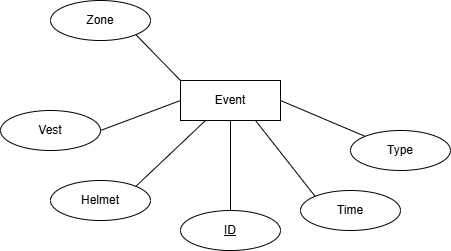
SIMS-SSG-2025/SIMS keeps this draw.io diagram as backend/db/ER.png. Above is the earlier version. Source tidied: cells renumbered, new cells last; positions are measured from the earlier drawing's top-left corner, leaving out a move shared by most shapes.
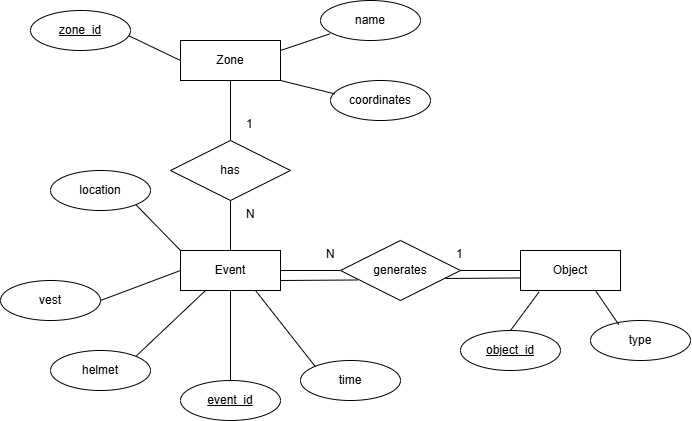
After the commit.

Commit message:
fixed er diagram and created inital event logic

Change to the diagram source:
```diff
@@ -8,38 +8,106 @@
     <mxCell id="3" style="endArrow=none;html=1;rounded=0;entryX=0.5;entryY=0;entryDx=0;entryDy=0;exitX=0.5;exitY=1;exitDx=0;exitDy=0;" parent="1" edge="1" source="2" target="8">
       <mxGeometry relative="1" as="geometry" />
     </mxCell>
-    <mxCell id="4" value="Time" style="ellipse;whiteSpace=wrap;html=1;align=center;" parent="1" vertex="1">
+    <mxCell id="4" value="time" style="ellipse;whiteSpace=wrap;html=1;align=center;" parent="1" vertex="1">
       <mxGeometry x="300" y="190" width="100" height="40" as="geometry" />
     </mxCell>
     <mxCell id="5" style="endArrow=none;html=1;rounded=0;exitX=0.75;exitY=1;exitDx=0;exitDy=0;entryX=0;entryY=0;entryDx=0;entryDy=0;" parent="1" edge="1" source="2" target="4">
       <mxGeometry relative="1" as="geometry" />
     </mxCell>
-    <mxCell id="6" value="Type" style="ellipse;whiteSpace=wrap;html=1;align=center;" parent="1" vertex="1">
-      <mxGeometry x="350" y="130" width="100" height="40" as="geometry" />
-    </mxCell>
-    <mxCell id="7" style="endArrow=none;html=1;rounded=0;exitX=1;exitY=0.5;exitDx=0;exitDy=0;entryX=0;entryY=0;entryDx=0;entryDy=0;" parent="1" edge="1" source="2" target="6">
+    <mxCell id="7" style="endArrow=none;html=1;rounded=0;exitX=1;exitY=0.5;exitDx=0;exitDy=0;entryX=0;entryY=0.5;entryDx=0;entryDy=0;" parent="1" edge="1" source="2" target="16">
       <mxGeometry relative="1" as="geometry" />
     </mxCell>
-    <mxCell id="8" value="ID" style="ellipse;whiteSpace=wrap;html=1;align=center;fontStyle=4;" parent="1" vertex="1">
+    <mxCell id="8" value="event_id" style="ellipse;whiteSpace=wrap;html=1;align=center;fontStyle=4;" parent="1" vertex="1">
       <mxGeometry x="180" y="210" width="100" height="40" as="geometry" />
     </mxCell>
-    <mxCell id="9" value="Helmet" style="ellipse;whiteSpace=wrap;html=1;align=center;" parent="1" vertex="1">
+    <mxCell id="9" value="helmet" style="ellipse;whiteSpace=wrap;html=1;align=center;" parent="1" vertex="1">
       <mxGeometry x="50" y="180" width="100" height="40" as="geometry" />
     </mxCell>
     <mxCell id="10" style="endArrow=none;html=1;rounded=0;exitX=1;exitY=0;exitDx=0;exitDy=0;entryX=0.25;entryY=1;entryDx=0;entryDy=0;" parent="1" edge="1" source="9" target="2">
       <mxGeometry relative="1" as="geometry" />
     </mxCell>
-    <mxCell id="11" value="Vest" style="ellipse;whiteSpace=wrap;html=1;align=center;" parent="1" vertex="1">
+    <mxCell id="11" value="vest" style="ellipse;whiteSpace=wrap;html=1;align=center;" parent="1" vertex="1">
       <mxGeometry y="110" width="100" height="40" as="geometry" />
     </mxCell>
     <mxCell id="12" style="endArrow=none;html=1;rounded=0;exitX=1;exitY=0.5;exitDx=0;exitDy=0;entryX=0;entryY=0.5;entryDx=0;entryDy=0;" parent="1" edge="1" source="11" target="2">
       <mxGeometry relative="1" as="geometry" />
     </mxCell>
-    <mxCell id="13" value="Zone" style="ellipse;whiteSpace=wrap;html=1;align=center;" parent="1" vertex="1">
+    <mxCell id="13" value="location" style="ellipse;whiteSpace=wrap;html=1;align=center;" parent="1" vertex="1">
       <mxGeometry x="50" width="100" height="40" as="geometry" />
     </mxCell>
     <mxCell id="14" style="endArrow=none;html=1;rounded=0;exitX=1;exitY=1;exitDx=0;exitDy=0;entryX=0;entryY=0;entryDx=0;entryDy=0;" parent="1" edge="1" source="13" target="2">
       <mxGeometry relative="1" as="geometry" />
     </mxCell>
+    <mxCell id="15" value="Object" style="whiteSpace=wrap;html=1;align=center;" parent="1" vertex="1">
+      <mxGeometry x="520" y="80" width="100" height="40" as="geometry" />
+    </mxCell>
+    <mxCell id="16" value="generates" style="shape=rhombus;perimeter=rhombusPerimeter;whiteSpace=wrap;html=1;align=center;" parent="1" vertex="1">
+      <mxGeometry x="340" y="70" width="120" height="60" as="geometry" />
+    </mxCell>
+    <mxCell id="17" value="type" style="ellipse;whiteSpace=wrap;html=1;align=center;" parent="1" vertex="1">
+      <mxGeometry x="590" y="150" width="100" height="40" as="geometry" />
+    </mxCell>
+    <mxCell id="18" value="&lt;u&gt;object_id&lt;/u&gt;" style="ellipse;whiteSpace=wrap;html=1;align=center;" parent="1" vertex="1">
+      <mxGeometry x="460" y="160" width="100" height="40" as="geometry" />
+    </mxCell>
+    <mxCell id="19" style="endArrow=none;html=1;rounded=0;exitX=1;exitY=0.5;exitDx=0;exitDy=0;entryX=0;entryY=0.5;entryDx=0;entryDy=0;" parent="1" edge="1" source="16" target="15">
+      <mxGeometry relative="1" as="geometry" />
+    </mxCell>
+    <mxCell id="20" style="endArrow=none;html=1;rounded=0;exitX=0.5;exitY=0;exitDx=0;exitDy=0;entryX=0.185;entryY=1.038;entryDx=0;entryDy=0;entryPerimeter=0;" parent="1" edge="1" source="18" target="15">
+      <mxGeometry relative="1" as="geometry" />
+    </mxCell>
+    <mxCell id="21" style="endArrow=none;html=1;rounded=0;exitX=0.283;exitY=0.104;exitDx=0;exitDy=0;entryX=0.75;entryY=1;entryDx=0;entryDy=0;exitPerimeter=0;" parent="1" edge="1" source="17" target="15">
+      <mxGeometry relative="1" as="geometry" />
+    </mxCell>
+    <mxCell id="22" style="endArrow=none;html=1;rounded=0;entryX=0.005;entryY=0.686;entryDx=0;entryDy=0;entryPerimeter=0;exitX=0.877;exitY=0.633;exitDx=0;exitDy=0;exitPerimeter=0;" parent="1" edge="1" source="16" target="15">
+      <mxGeometry relative="1" as="geometry" />
+    </mxCell>
+    <mxCell id="23" style="endArrow=none;html=1;rounded=0;exitX=1;exitY=0.5;exitDx=0;exitDy=0;entryX=0.142;entryY=0.658;entryDx=0;entryDy=0;entryPerimeter=0;" parent="1" edge="1" target="16">
+      <mxGeometry relative="1" as="geometry">
+        <mxPoint x="280" y="110" as="sourcePoint" />
+      </mxGeometry>
+    </mxCell>
+    <mxCell id="24" value="has" style="shape=rhombus;perimeter=rhombusPerimeter;whiteSpace=wrap;html=1;align=center;" parent="1" vertex="1">
+      <mxGeometry x="170" y="-30" width="120" height="60" as="geometry" />
+    </mxCell>
+    <mxCell id="25" style="endArrow=none;html=1;rounded=0;exitX=0.5;exitY=0;exitDx=0;exitDy=0;entryX=0.5;entryY=1;entryDx=0;entryDy=0;" parent="1" edge="1" source="2" target="24">
+      <mxGeometry relative="1" as="geometry" />
+    </mxCell>
+    <mxCell id="26" value="Zone" style="whiteSpace=wrap;html=1;align=center;" parent="1" vertex="1">
+      <mxGeometry x="180" y="-130" width="100" height="40" as="geometry" />
+    </mxCell>
+    <mxCell id="27" style="endArrow=none;html=1;rounded=0;exitX=0.5;exitY=0;exitDx=0;exitDy=0;entryX=0.5;entryY=1;entryDx=0;entryDy=0;" parent="1" edge="1" source="24" target="26">
+      <mxGeometry relative="1" as="geometry" />
+    </mxCell>
+    <mxCell id="28" value="&lt;u&gt;zone_id&lt;/u&gt;" style="ellipse;whiteSpace=wrap;html=1;align=center;" parent="1" vertex="1">
+      <mxGeometry x="30" y="-160" width="100" height="40" as="geometry" />
+    </mxCell>
+    <mxCell id="29" style="endArrow=none;html=1;rounded=0;exitX=0;exitY=0.5;exitDx=0;exitDy=0;entryX=0.982;entryY=0.63;entryDx=0;entryDy=0;entryPerimeter=0;" parent="1" edge="1" source="26" target="28">
+      <mxGeometry relative="1" as="geometry" />
+    </mxCell>
+    <mxCell id="30" value="name" style="ellipse;whiteSpace=wrap;html=1;align=center;" parent="1" vertex="1">
+      <mxGeometry x="320" y="-170" width="100" height="40" as="geometry" />
+    </mxCell>
+    <mxCell id="31" style="endArrow=none;html=1;rounded=0;exitX=0.094;exitY=0.834;exitDx=0;exitDy=0;entryX=1;entryY=0.25;entryDx=0;entryDy=0;exitPerimeter=0;" parent="1" edge="1" source="30" target="26">
+      <mxGeometry relative="1" as="geometry" />
+    </mxCell>
+    <mxCell id="32" value="coordinates" style="ellipse;whiteSpace=wrap;html=1;align=center;" parent="1" vertex="1">
+      <mxGeometry x="330" y="-90" width="100" height="40" as="geometry" />
+    </mxCell>
+    <mxCell id="33" style="endArrow=none;html=1;rounded=0;exitX=0.043;exitY=0.334;exitDx=0;exitDy=0;entryX=1;entryY=1;entryDx=0;entryDy=0;exitPerimeter=0;" parent="1" edge="1" source="32" target="26">
+      <mxGeometry relative="1" as="geometry" />
+    </mxCell>
+    <mxCell id="34" value="N" style="text;strokeColor=none;fillColor=none;spacingLeft=4;spacingRight=4;overflow=hidden;fontSize=12;whiteSpace=wrap;html=1;" parent="1" vertex="1">
+      <mxGeometry x="320" y="70" width="40" height="30" as="geometry" />
+    </mxCell>
+    <mxCell id="35" value="1" style="text;strokeColor=none;fillColor=none;spacingLeft=4;spacingRight=4;overflow=hidden;fontSize=12;whiteSpace=wrap;html=1;" parent="1" vertex="1">
+      <mxGeometry x="450" y="70" width="40" height="30" as="geometry" />
+    </mxCell>
+    <mxCell id="36" value="N" style="text;strokeColor=none;fillColor=none;spacingLeft=4;spacingRight=4;overflow=hidden;fontSize=12;whiteSpace=wrap;html=1;" parent="1" vertex="1">
+      <mxGeometry x="240" y="30" width="40" height="30" as="geometry" />
+    </mxCell>
+    <mxCell id="37" value="1" style="text;strokeColor=none;fillColor=none;spacingLeft=4;spacingRight=4;overflow=hidden;fontSize=12;whiteSpace=wrap;html=1;" parent="1" vertex="1">
+      <mxGeometry x="240" y="-60" width="40" height="30" as="geometry" />
+    </mxCell>
   </root>
 </mxGraphModel>
```
